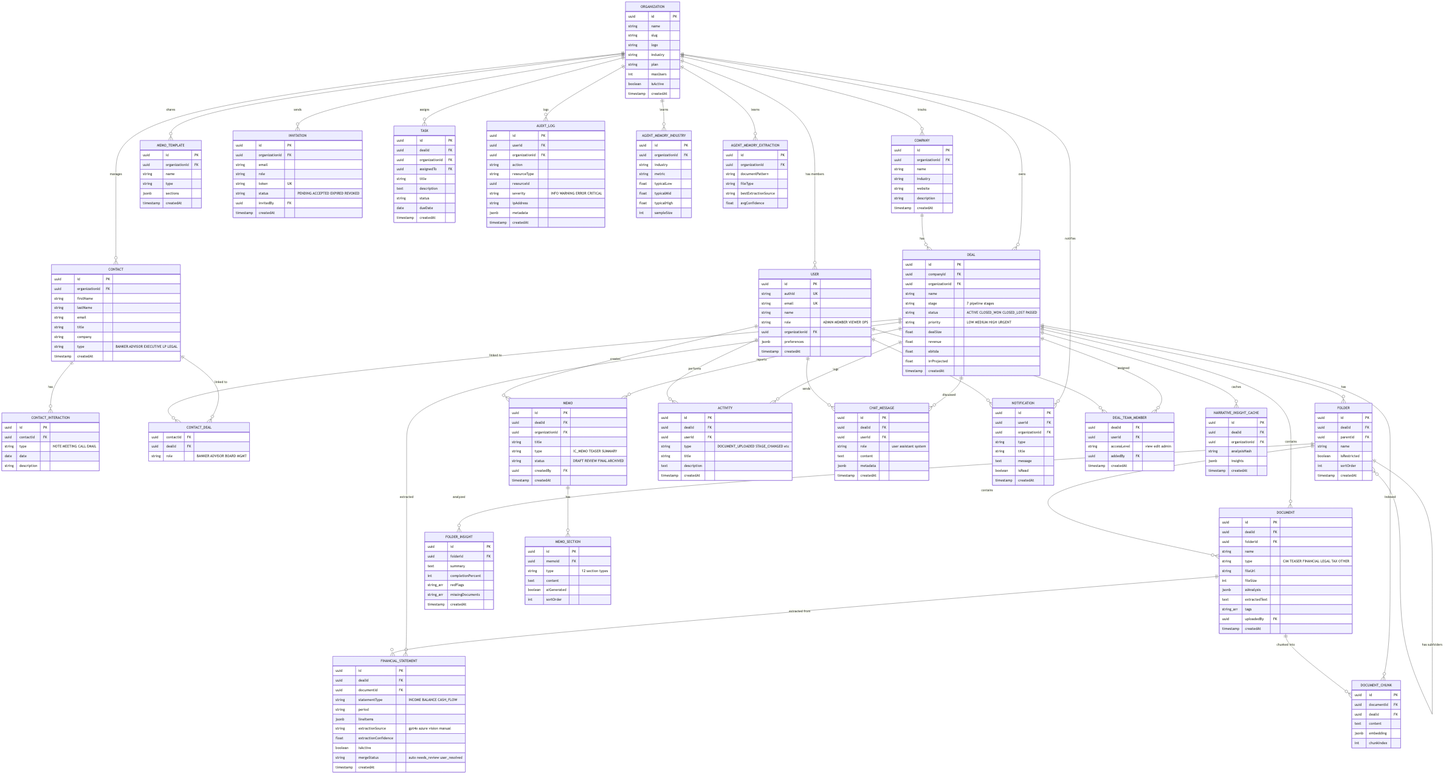
This is docs/diagrams/07-er-diagram.png from ganeshjagtap7/pe-dealstack, a Mermaid export, as it was before one commit. Its source is kept beside it as docs/diagrams/07-er-diagram.mmd.
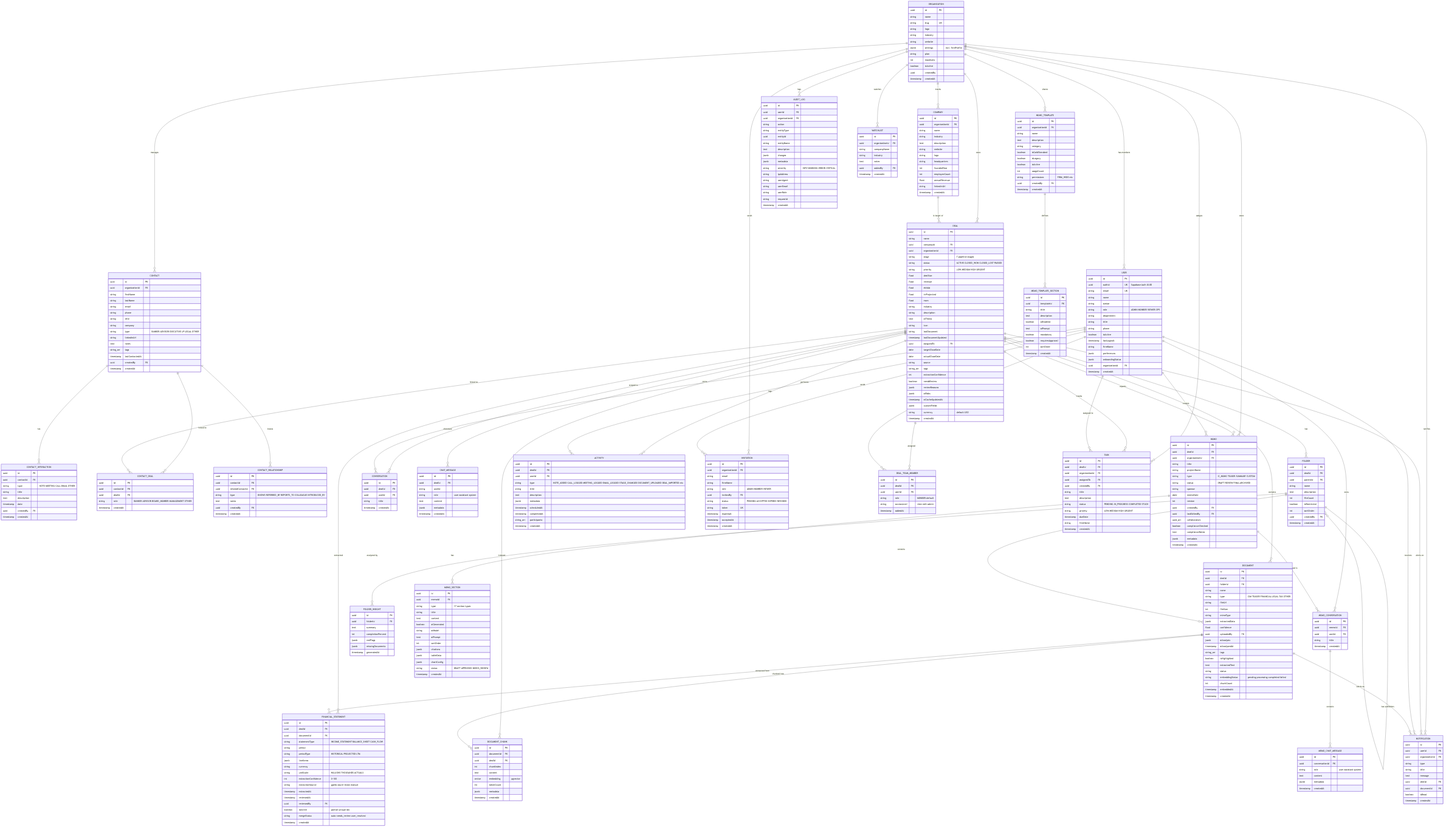
After the commit.

Commit message:
docs(data-model): rewrite ER diagram + data-model doc to match live Supabase schema

The edit, as a diff of the source:
```diff
@@ -2,31 +2,42 @@
     ORGANIZATION {
         uuid id PK
         string name
-        string slug
+        string slug UK
         string logo
         string industry
+        string website
+        jsonb settings "incl. firmProfile"
         string plan
         int maxUsers
         boolean isActive
+        uuid createdBy
         timestamp createdAt
     }
 
     USER {
         uuid id PK
-        string authId UK
+        uuid authId UK "Supabase Auth UUID"
         string email UK
         string name
+        string avatar
         string role "ADMIN MEMBER VIEWER OPS"
+        string department
+        string title
+        string phone
+        boolean isActive
+        timestamp lastLoginAt
+        string firmName
+        jsonb preferences
+        jsonb onboardingStatus
         uuid organizationId FK
-        jsonb preferences
         timestamp createdAt
     }
 
     DEAL {
         uuid id PK
+        string name
         uuid companyId FK
         uuid organizationId FK
-        string name
         string stage "7 pipeline stages"
         string status "ACTIVE CLOSED_WON CLOSED_LOST PASSED"
         string priority "LOW MEDIUM HIGH URGENT"
@@ -34,6 +45,25 @@
         float revenue
         float ebitda
         float irrProjected
+        float mom
+        string industry
+        string description
+        text aiThesis
+        string icon
+        string lastDocument
+        timestamp lastDocumentUpdated
+        uuid assignedTo FK
+        date targetCloseDate
+        date actualCloseDate
+        string source
+        string_arr tags
+        int extractionConfidence
+        boolean needsReview
+        jsonb reviewReasons
+        jsonb aiRisks
+        timestamp aiCacheUpdatedAt
+        jsonb customFields
+        string currency "default USD"
         timestamp createdAt
     }
 
@@ -42,8 +72,14 @@
         uuid organizationId FK
         string name
         string industry
+        text description
         string website
-        string description
+        string logo
+        string headquarters
+        int foundedYear
+        int employeeCount
+        float annualRevenue
+        string linkedinUrl
         timestamp createdAt
     }
 
@@ -53,24 +89,45 @@
         string firstName
         string lastName
         string email
+        string phone
         string title
         string company
-        string type "BANKER ADVISOR EXECUTIVE LP LEGAL"
+        string type "BANKER ADVISOR EXECUTIVE LP LEGAL OTHER"
+        string linkedinUrl
+        text notes
+        string_arr tags
+        timestamp lastContactedAt
+        uuid createdBy FK
         timestamp createdAt
     }
 
     CONTACT_INTERACTION {
         uuid id PK
         uuid contactId FK
-        string type "NOTE MEETING CALL EMAIL"
-        date date
-        string description
+        string type "NOTE MEETING CALL EMAIL OTHER"
+        string title
+        text description
+        timestamp date
+        uuid createdBy FK
+        timestamp createdAt
     }
 
     CONTACT_DEAL {
+        uuid id PK
         uuid contactId FK
         uuid dealId FK
-        string role "BANKER ADVISOR BOARD MGMT"
+        string role "BANKER ADVISOR BOARD_MEMBER MANAGEMENT OTHER"
+        timestamp createdAt
+    }
+
+    CONTACT_RELATIONSHIP {
+        uuid id PK
+        uuid contactId FK
+        uuid relatedContactId FK
+        string type "KNOWS REFERRED_BY REPORTS_TO COLLEAGUE INTRODUCED_BY"
+        text notes
+        uuid createdBy FK
+        timestamp createdAt
     }
 
     DOCUMENT {
@@ -81,10 +138,19 @@
         string type "CIM TEASER FINANCIAL LEGAL TAX OTHER"
         string fileUrl
         int fileSize
+        string mimeType
+        jsonb extractedData
+        float confidence
+        uuid uploadedBy FK
         jsonb aiAnalysis
+        timestamp aiAnalyzedAt
+        string_arr tags
+        boolean isHighlighted
         text extractedText
-        string_arr tags
-        uuid uploadedBy FK
+        string status
+        string embeddingStatus "pending processing completed failed"
+        int chunkCount
+        timestamp embeddedAt
         timestamp createdAt
     }
 
@@ -93,8 +159,11 @@
         uuid dealId FK
         uuid parentId FK
         string name
+        text description
+        int fileCount
         boolean isRestricted
         int sortOrder
+        uuid createdBy FK
         timestamp createdAt
     }
 
@@ -103,21 +172,27 @@
         uuid folderId FK
         text summary
         int completionPercent
-        string_arr redFlags
-        string_arr missingDocuments
-        timestamp createdAt
+        jsonb redFlags
+        jsonb missingDocuments
+        timestamp generatedAt
     }
 
     FINANCIAL_STATEMENT {
         uuid id PK
         uuid dealId FK
         uuid documentId FK
-        string statementType "INCOME BALANCE CASH_FLOW"
+        string statementType "INCOME_STATEMENT BALANCE_SHEET CASH_FLOW"
         string period
+        string periodType "HISTORICAL PROJECTED LTM"
         jsonb lineItems
+        string currency
+        string unitScale "MILLIONS THOUSANDS ACTUALS"
+        int extractionConfidence "0-100"
         string extractionSource "gpt4o azure vision manual"
-        float extractionConfidence
-        boolean isActive
+        timestamp extractedAt
+        timestamp reviewedAt
+        uuid reviewedBy FK
+        boolean isActive "partial unique idx"
         string mergeStatus "auto needs_review user_resolved"
         timestamp createdAt
     }
@@ -126,9 +201,30 @@
         uuid id PK
         uuid documentId FK
         uuid dealId FK
+        int chunkIndex
         text content
-        jsonb embedding
-        int chunkIndex
+        vector embedding "pgvector"
+        int tokenCount
+        jsonb metadata
+        timestamp createdAt
+    }
+
+    CONVERSATION {
+        uuid id PK
+        uuid dealId FK
+        uuid userId FK
+        string title
+        timestamp createdAt
+    }
+
+    CHAT_MESSAGE {
+        uuid id PK
+        uuid dealId FK
+        string userId
+        string role "user assistant system"
+        text content
+        jsonb metadata
+        timestamp createdAt
     }
 
     MEMO {
@@ -136,27 +232,80 @@
         uuid dealId FK
         uuid organizationId FK
         string title
-        string type "IC_MEMO TEASER SUMMARY"
+        string projectName
+        string type "IC_MEMO TEASER SUMMARY CUSTOM"
         string status "DRAFT REVIEW FINAL ARCHIVED"
+        string sponsor
+        date memoDate
+        int version
         uuid createdBy FK
+        uuid lastEditedBy FK
+        uuid_arr collaborators
+        boolean complianceChecked
+        text complianceNotes
+        jsonb metadata
         timestamp createdAt
     }
 
     MEMO_SECTION {
         uuid id PK
         uuid memoId FK
-        string type "12 section types"
+        string type "17 section types"
+        string title
         text content
         boolean aiGenerated
+        string aiModel
+        text aiPrompt
         int sortOrder
+        jsonb citations
+        jsonb tableData
+        jsonb chartConfig
+        string status "DRAFT APPROVED NEEDS_REVIEW"
+        timestamp createdAt
+    }
+
+    MEMO_CONVERSATION {
+        uuid id PK
+        uuid memoId FK
+        uuid userId FK
+        string title
+        timestamp createdAt
+    }
+
+    MEMO_CHAT_MESSAGE {
+        uuid id PK
+        uuid conversationId FK
+        string role "user assistant system"
+        text content
+        jsonb metadata
+        timestamp createdAt
     }
 
     MEMO_TEMPLATE {
         uuid id PK
         uuid organizationId FK
         string name
-        string type
-        jsonb sections
+        text description
+        string category
+        boolean isGoldStandard
+        boolean isLegacy
+        boolean isActive
+        int usageCount
+        string permissions "FIRM_WIDE etc"
+        uuid createdBy FK
+        timestamp createdAt
+    }
+
+    MEMO_TEMPLATE_SECTION {
+        uuid id PK
+        uuid templateId FK
+        string title
+        text description
+        boolean aiEnabled
+        text aiPrompt
+        boolean mandatory
+        boolean requiresApproval
+        int sortOrder
         timestamp createdAt
     }
 
@@ -164,19 +313,13 @@
         uuid id PK
         uuid dealId FK
         uuid userId FK
-        string type "DOCUMENT_UPLOADED STAGE_CHANGED etc"
+        string type "NOTE_ADDED CALL_LOGGED MEETING_LOGGED EMAIL_LOGGED STAGE_CHANGED DOCUMENT_UPLOADED DEAL_IMPORTED etc"
         string title
         text description
-        timestamp createdAt
-    }
-
-    CHAT_MESSAGE {
-        uuid id PK
-        uuid dealId FK
-        uuid userId FK
-        string role "user assistant system"
-        text content
         jsonb metadata
+        timestamp scheduledAt
+        timestamp completedAt
+        string_arr participants
         timestamp createdAt
     }
 
@@ -187,6 +330,8 @@
         string type
         string title
         text message
+        uuid dealId FK
+        uuid documentId FK
         boolean isRead
         timestamp createdAt
     }
@@ -195,19 +340,23 @@
         uuid id PK
         uuid organizationId FK
         string email
-        string role
+        string firmName
+        string role "ADMIN MEMBER VIEWER"
+        uuid invitedBy FK
+        string status "PENDING ACCEPTED EXPIRED REVOKED"
         string token UK
-        string status "PENDING ACCEPTED EXPIRED REVOKED"
-        uuid invitedBy FK
+        timestamp expiresAt
+        timestamp acceptedAt
         timestamp createdAt
     }
 
     DEAL_TEAM_MEMBER {
+        uuid id PK
         uuid dealId FK
         uuid userId FK
+        string role "MEMBER default"
         string accessLevel "view edit admin"
-        uuid addedBy FK
-        timestamp createdAt
+        timestamp addedAt
     }
 
     TASK {
@@ -215,10 +364,13 @@
         uuid dealId FK
         uuid organizationId FK
         uuid assignedTo FK
+        uuid createdBy FK
         string title
         text description
-        string status
-        date dueDate
+        string status "PENDING IN_PROGRESS COMPLETED STUCK"
+        string priority "LOW MEDIUM HIGH URGENT"
+        timestamp dueDate
+        string firmName
         timestamp createdAt
     }
 
@@ -227,40 +379,28 @@
         uuid userId FK
         uuid organizationId FK
         string action
-        string resourceType
-        uuid resourceId
+        string entityType
+        uuid entityId
+        string entityName
+        text description
+        jsonb changes
+        jsonb metadata
         string severity "INFO WARNING ERROR CRITICAL"
         string ipAddress
-        jsonb metadata
+        string userAgent
+        string userEmail
+        string userRole
+        string requestId
         timestamp createdAt
     }
 
-    AGENT_MEMORY_INDUSTRY {
+    WATCHLIST {
         uuid id PK
         uuid organizationId FK
+        string companyName
         string industry
-        string metric
-        float typicalLow
-        float typicalMid
-        float typicalHigh
-        int sampleSize
-    }
-
-    AGENT_MEMORY_EXTRACTION {
-        uuid id PK
-        uuid organizationId FK
-        string documentPattern
-        string fileType
-        string bestExtractionSource
-        float avgConfidence
-    }
-
-    NARRATIVE_INSIGHT_CACHE {
-        uuid id PK
-        uuid dealId FK
-        uuid organizationId FK
-        string analysisHash
-        jsonb insights
+        text notes
+        uuid addedBy FK
         timestamp createdAt
     }
 
@@ -268,39 +408,49 @@
     ORGANIZATION ||--o{ DEAL : "owns"
     ORGANIZATION ||--o{ COMPANY : "tracks"
     ORGANIZATION ||--o{ CONTACT : "manages"
+    ORGANIZATION ||--o{ MEMO : "owns"
     ORGANIZATION ||--o{ MEMO_TEMPLATE : "shares"
     ORGANIZATION ||--o{ INVITATION : "sends"
     ORGANIZATION ||--o{ AUDIT_LOG : "logs"
     ORGANIZATION ||--o{ NOTIFICATION : "notifies"
     ORGANIZATION ||--o{ TASK : "assigns"
-    ORGANIZATION ||--o{ AGENT_MEMORY_INDUSTRY : "learns"
-    ORGANIZATION ||--o{ AGENT_MEMORY_EXTRACTION : "learns"
+    ORGANIZATION ||--o{ WATCHLIST : "watches"
 
-    COMPANY ||--o{ DEAL : "has"
+    COMPANY ||--o{ DEAL : "is target of"
     DEAL ||--o{ DOCUMENT : "contains"
     DEAL ||--o{ FOLDER : "has"
     DEAL ||--o{ ACTIVITY : "logs"
     DEAL ||--o{ FINANCIAL_STATEMENT : "extracted"
     DEAL ||--o{ CHAT_MESSAGE : "discussed"
+    DEAL ||--o{ CONVERSATION : "scoped to"
     DEAL ||--o{ DEAL_TEAM_MEMBER : "assigned"
     DEAL ||--o{ DOCUMENT_CHUNK : "indexed"
     DEAL ||--o{ MEMO : "reports"
-    DEAL ||--o{ NARRATIVE_INSIGHT_CACHE : "caches"
+    DEAL ||--o{ NOTIFICATION : "alerts on"
+    DEAL ||--o{ TASK : "tracks"
 
     USER ||--o{ ACTIVITY : "performs"
-    USER ||--o{ CHAT_MESSAGE : "sends"
     USER ||--o{ NOTIFICATION : "receives"
     USER ||--o{ DEAL_TEAM_MEMBER : "member of"
     USER ||--o{ MEMO : "creates"
+    USER ||--o{ CONVERSATION : "owns"
+    USER ||--o{ MEMO_CONVERSATION : "owns"
+    USER ||--o{ INVITATION : "sends"
+    USER ||--o{ TASK : "assigned to"
 
     DOCUMENT ||--o{ DOCUMENT_CHUNK : "chunked into"
     DOCUMENT ||--o{ FINANCIAL_STATEMENT : "extracted from"
+    DOCUMENT ||--o{ NOTIFICATION : "alerts on"
     FOLDER ||--o{ DOCUMENT : "contains"
     FOLDER ||--o{ FOLDER : "has subfolders"
-    FOLDER ||--o{ FOLDER_INSIGHT : "analyzed"
+    FOLDER ||--o{ FOLDER_INSIGHT : "analyzed by"
 
     MEMO ||--o{ MEMO_SECTION : "has"
+    MEMO ||--o{ MEMO_CONVERSATION : "discussed in"
+    MEMO_CONVERSATION ||--o{ MEMO_CHAT_MESSAGE : "contains"
+    MEMO_TEMPLATE ||--o{ MEMO_TEMPLATE_SECTION : "defines"
 
     CONTACT ||--o{ CONTACT_INTERACTION : "has"
     CONTACT ||--o{ CONTACT_DEAL : "linked to"
     DEAL ||--o{ CONTACT_DEAL : "linked to"
+    CONTACT ||--o{ CONTACT_RELATIONSHIP : "knows"
```
